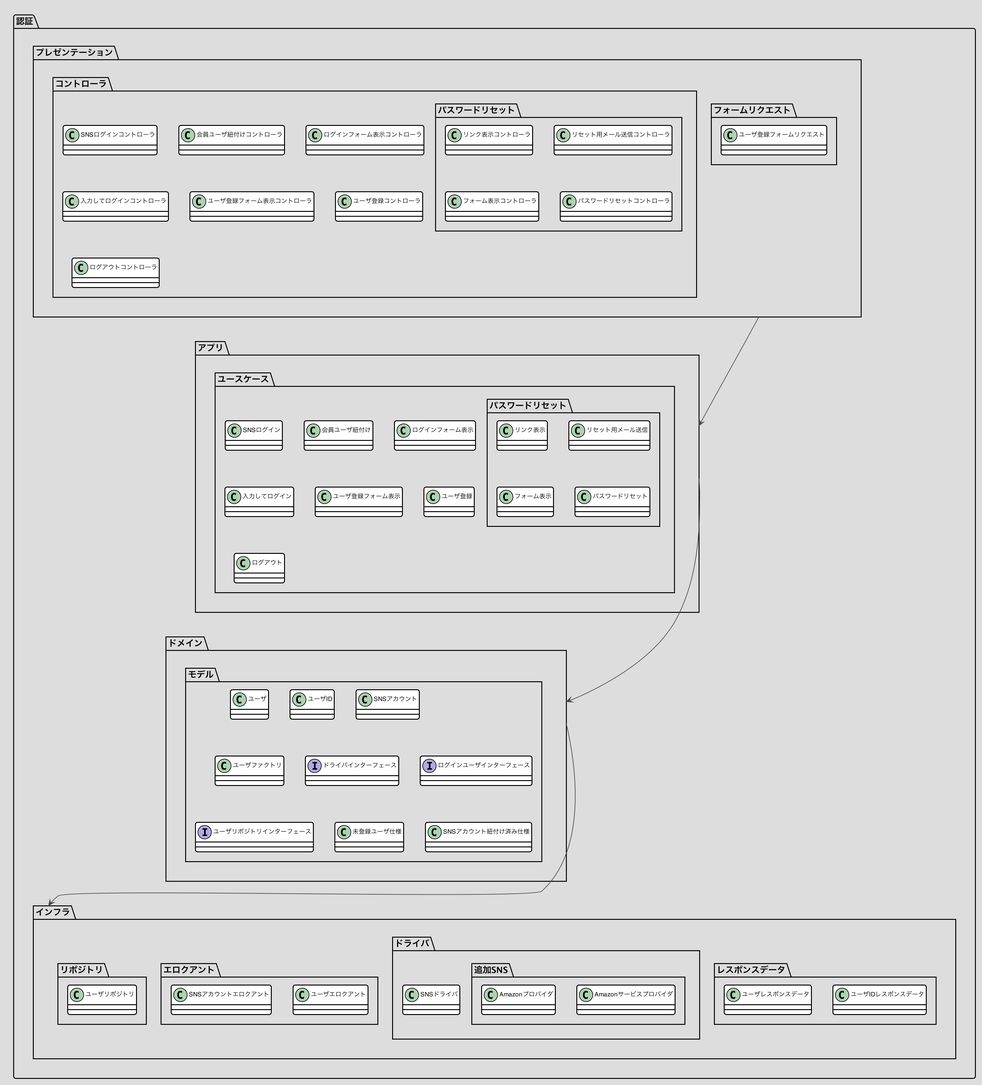
Before: docs/画像/認証.png, a diagram exported from PlantUML (nomura-kainos/japanese-ddd-sample).
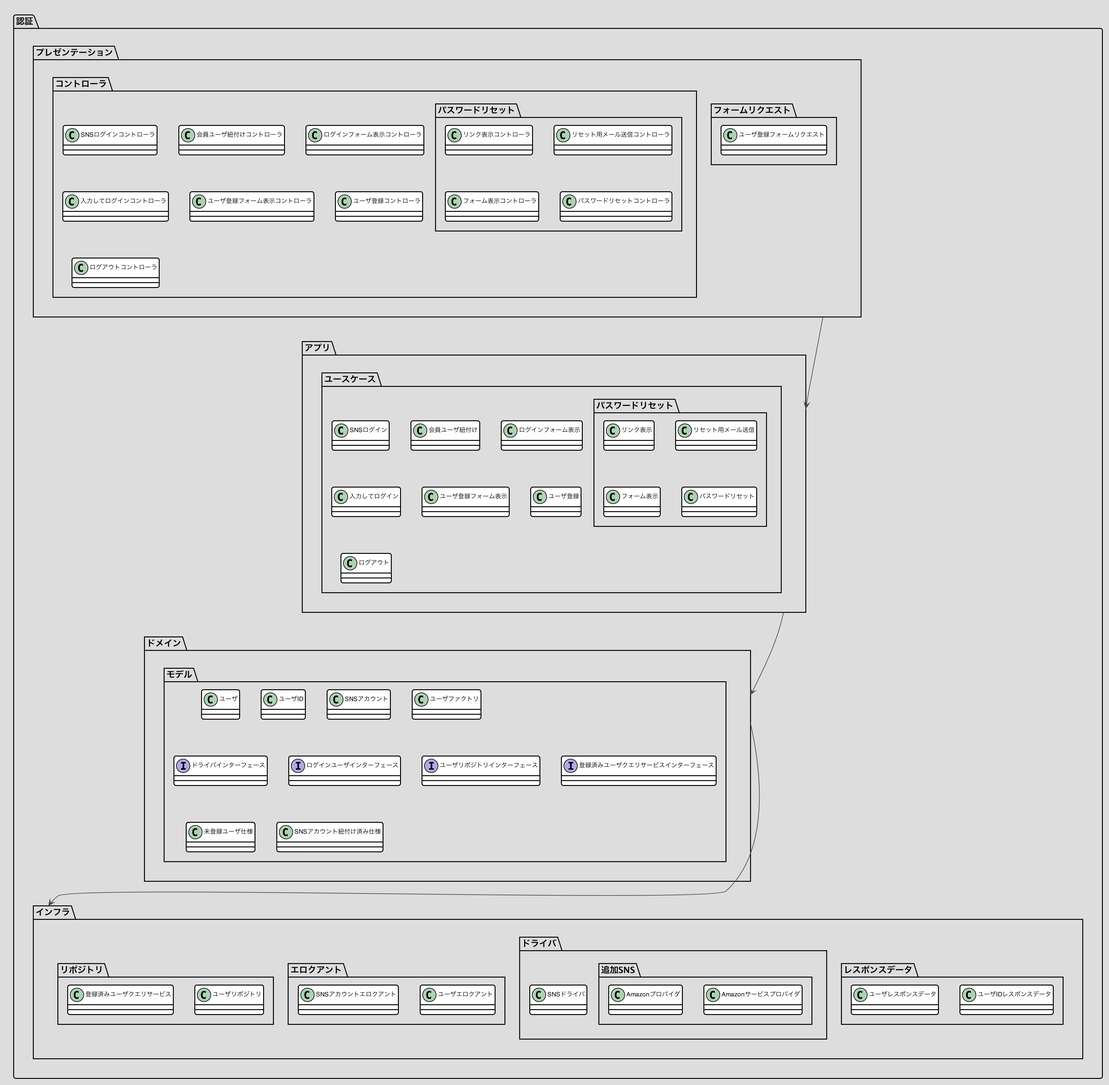
After the commit.

The edit, as a diff of the source:
```diff
@@ -101,6 +101,7 @@
    interface ドライバインターフェース
    interface ログインユーザインターフェース
    interface ユーザリポジトリインターフェース
+   interface 登録済みユーザクエリサービスインターフェース
    class 未登録ユーザ仕様
    class SNSアカウント紐付け済み仕様
   }
@@ -123,6 +124,7 @@
   }
   package リポジトリ {
    class ユーザリポジトリ
+   class 登録済みユーザクエリサービス
   }
  }
 }
```
